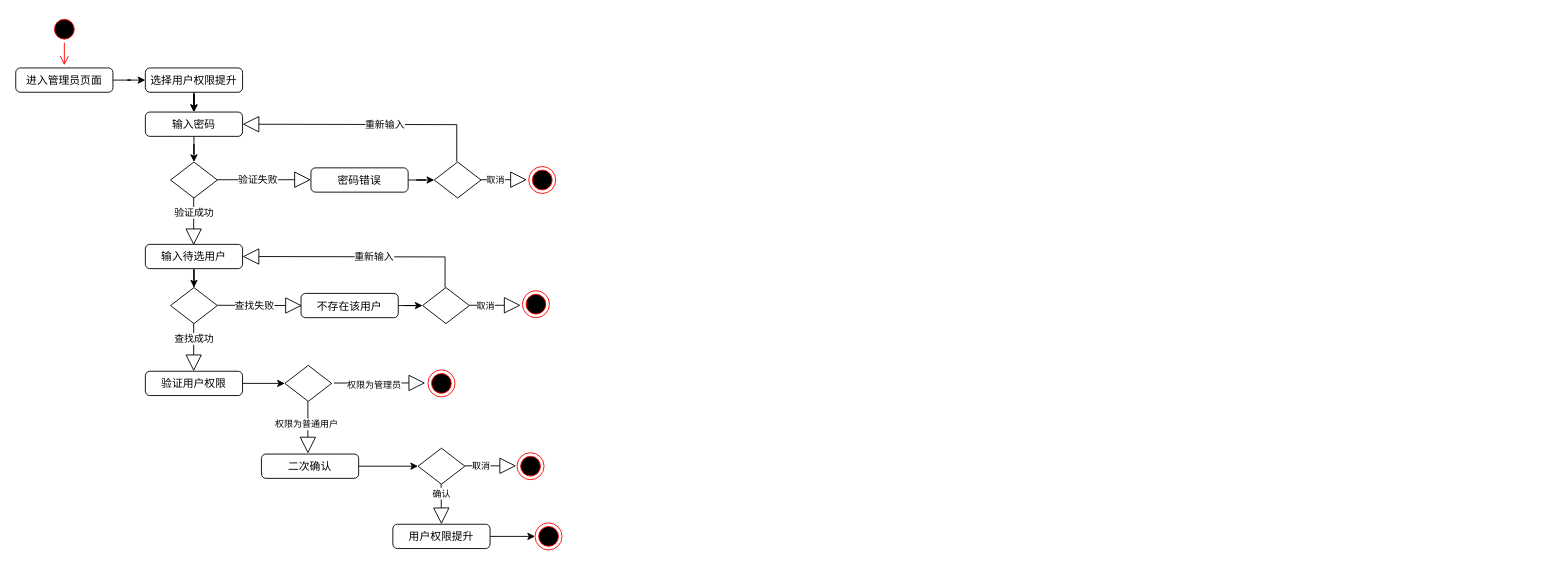
Before: page "第 8 页" (8 of 8) of 用户管理子系统.drawio in IRiDecenT/graph, a draw.io diagram. Source tidied: cells renumbered, new cells numbered last; positions are measured from the earlier drawing's top-left corner, leaving out a move shared by most shapes. Both pictures are drawn from the tidied source at 90%, with x=0, y=0 at pixel (15, 15).
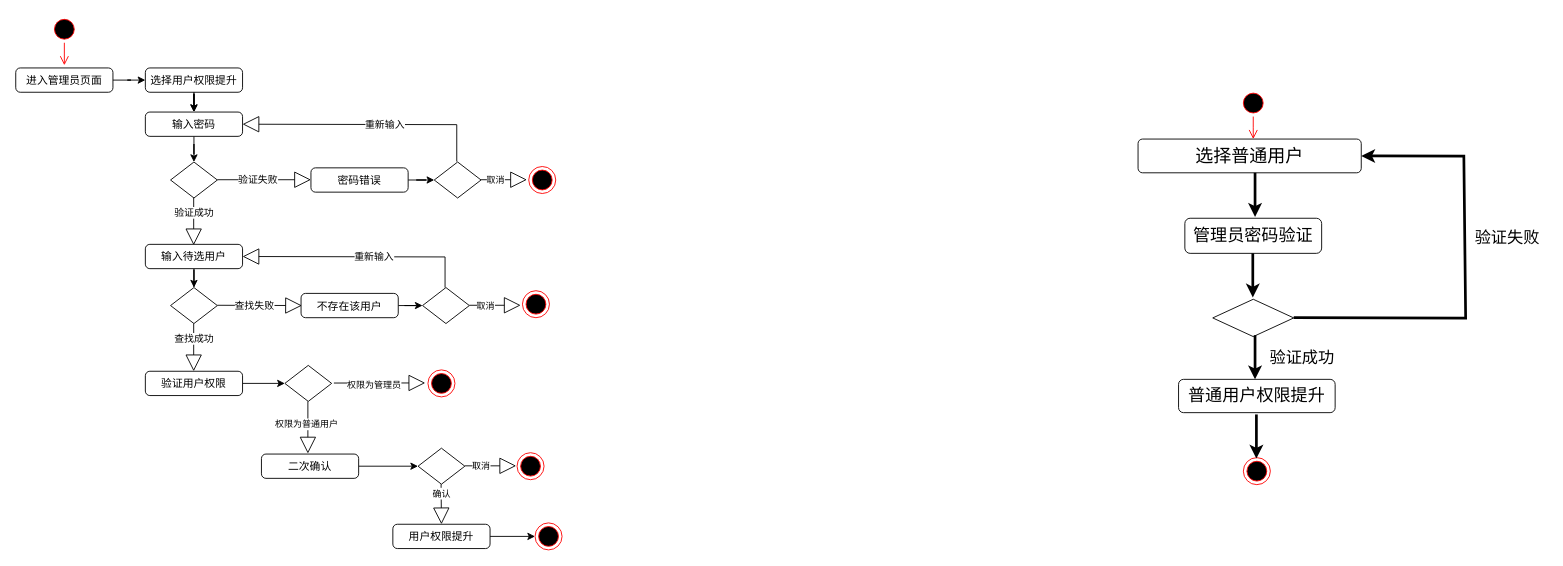
After the change.

The edit, as a diff of the source:
```diff
@@
+    <mxCell id="46" value="&lt;span style=&quot;font-size: 20px;&quot;&gt;选择普通用户&lt;/span&gt;" style="html=1;align=center;verticalAlign=top;rounded=1;absoluteArcSize=1;arcSize=10;dashed=0;whiteSpace=wrap;" parent="1" vertex="1">
+      <mxGeometry x="1247" y="137" width="248" height="37.5" as="geometry" />
+    </mxCell>
+    <mxCell id="47" style="ellipse;html=1;shape=startState;fillColor=#000000;strokeColor=#ff0000;" parent="1" vertex="1">
+      <mxGeometry x="1360" y="82" width="30" height="30" as="geometry" />
+    </mxCell>
+    <mxCell id="48" style="edgeStyle=orthogonalEdgeStyle;html=1;verticalAlign=bottom;endArrow=open;endSize=8;strokeColor=#ff0000;rounded=0;" parent="1" edge="1" source="47">
+      <mxGeometry relative="1" as="geometry">
+        <mxPoint x="1375" y="137" as="targetPoint" />
+      </mxGeometry>
+    </mxCell>
+    <mxCell id="49" style="edgeStyle=orthogonalEdgeStyle;rounded=0;orthogonalLoop=1;jettySize=auto;html=1;strokeWidth=3;" parent="1" edge="1">
+      <mxGeometry relative="1" as="geometry">
+        <mxPoint x="1377" y="174.5" as="sourcePoint" />
+        <mxPoint x="1377" y="223.5" as="targetPoint" />
+      </mxGeometry>
+    </mxCell>
+    <mxCell id="50" value="&lt;font style=&quot;font-size: 19px;&quot;&gt;管理员密码验证&lt;/font&gt;" style="rounded=1;whiteSpace=wrap;html=1;" parent="1" vertex="1">
+      <mxGeometry x="1299" y="225" width="152" height="39" as="geometry" />
+    </mxCell>
+    <mxCell id="51" style="rhombus;whiteSpace=wrap;html=1;" parent="1" vertex="1">
+      <mxGeometry x="1330" y="315" width="90" height="41.5" as="geometry" />
+    </mxCell>
+    <mxCell id="52" style="edgeStyle=orthogonalEdgeStyle;rounded=0;orthogonalLoop=1;jettySize=auto;html=1;strokeWidth=3;" parent="1" edge="1">
+      <mxGeometry relative="1" as="geometry">
+        <mxPoint x="1374.5" y="264" as="sourcePoint" />
+        <mxPoint x="1374.5" y="313" as="targetPoint" />
+      </mxGeometry>
+    </mxCell>
+    <mxCell id="53" style="endArrow=classic;html=1;rounded=0;strokeWidth=3;entryX=1;entryY=0.5;entryDx=0;entryDy=0;" parent="1" edge="1" target="46">
+      <mxGeometry relative="1" as="geometry">
+        <mxPoint x="1420" y="335.5" as="sourcePoint" />
+        <Array as="points">
+          <mxPoint x="1611" y="336" />
+          <mxPoint x="1609" y="156" />
+        </Array>
+      </mxGeometry>
+    </mxCell>
+    <mxCell id="54" value="&lt;font style=&quot;font-size: 18px;&quot;&gt;验证失败&lt;/font&gt;" style="text;html=1;align=center;verticalAlign=middle;strokeColor=none;fillColor=none;" parent="1" vertex="1">
+      <mxGeometry x="1612" y="230" width="90" height="34" as="geometry" />
+    </mxCell>
+    <mxCell id="55" style="edgeStyle=orthogonalEdgeStyle;rounded=0;orthogonalLoop=1;jettySize=auto;html=1;strokeWidth=3;" parent="1" edge="1">
+      <mxGeometry relative="1" as="geometry">
+        <mxPoint x="1377" y="355" as="sourcePoint" />
+        <mxPoint x="1377" y="404" as="targetPoint" />
+      </mxGeometry>
+    </mxCell>
+    <mxCell id="56" value="&lt;span style=&quot;font-size: 19px;&quot;&gt;普通用户权限提升&lt;/span&gt;" style="rounded=1;whiteSpace=wrap;html=1;" parent="1" vertex="1">
+      <mxGeometry x="1292" y="404" width="174" height="37" as="geometry" />
+    </mxCell>
+    <mxCell id="57" style="ellipse;html=1;shape=endState;fillColor=#000000;strokeColor=#ff0000;" parent="1" vertex="1">
+      <mxGeometry x="1364" y="491" width="30" height="30" as="geometry" />
+    </mxCell>
+    <mxCell id="58" style="edgeStyle=orthogonalEdgeStyle;rounded=0;orthogonalLoop=1;jettySize=auto;html=1;strokeWidth=3;" parent="1" edge="1">
+      <mxGeometry relative="1" as="geometry">
+        <mxPoint x="1378.5" y="443" as="sourcePoint" />
+        <mxPoint x="1378.5" y="492" as="targetPoint" />
+      </mxGeometry>
+    </mxCell>
+    <mxCell id="59" value="&lt;font style=&quot;font-size: 18px;&quot;&gt;验证成功&lt;/font&gt;" style="text;html=1;align=center;verticalAlign=middle;strokeColor=none;fillColor=none;" parent="1" vertex="1">
+      <mxGeometry x="1384" y="363" width="90" height="34" as="geometry" />
+    </mxCell>
```
